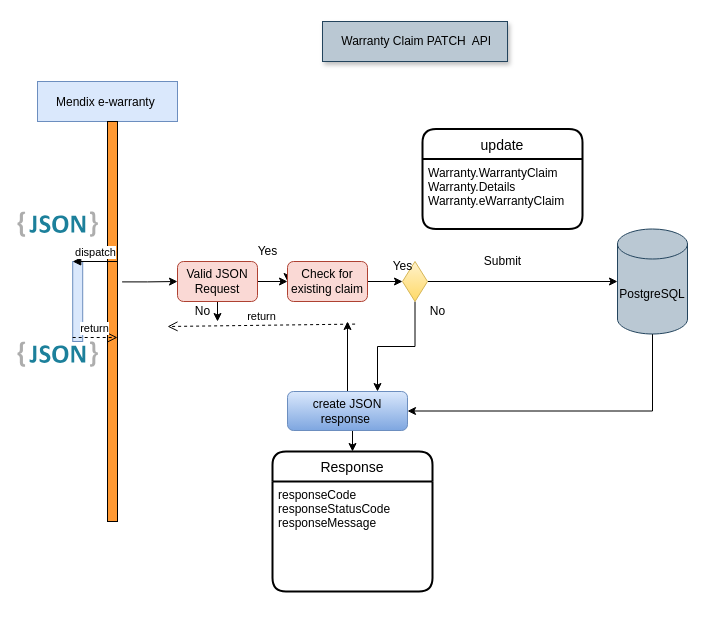
Before: Untitled Diagram.drawio in MrMetalAddict/Retail-Mon, a draw.io diagram. Source tidied: cells renumbered, new cells numbered last; positions are measured from the earlier drawing's top-left corner, leaving out a move shared by most shapes. Both pictures are drawn from the tidied source at 100%, with x=0, y=0 at pixel (17, 21).
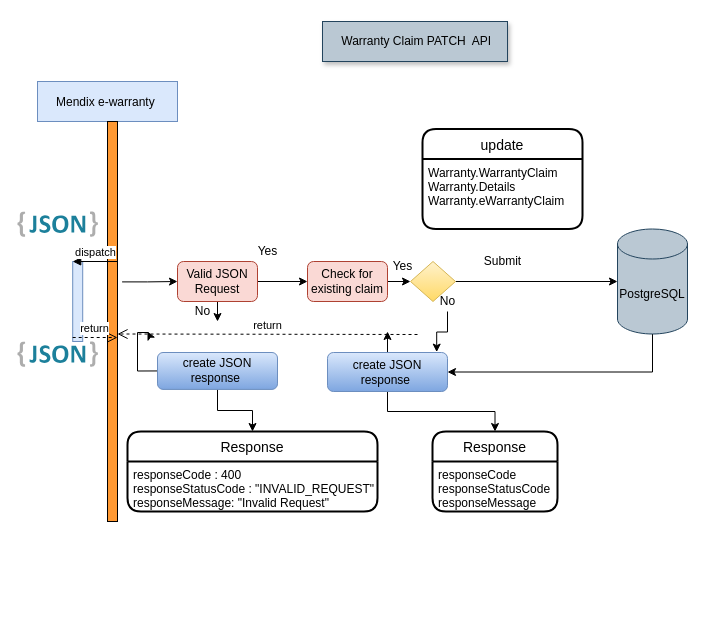
The same diagram, later.

Unchanged cells that the change refers to:
```xml
<mxCell id="39" value="Valid JSON Request" style="rounded=1;whiteSpace=wrap;html=1;fillColor=#fad9d5;strokeColor=#ae4132;" parent="1" vertex="1">
  <mxGeometry x="160" y="240" width="80" height="40" as="geometry" />
</mxCell>
```

Diff of the diagram source:
```diff
@@
-    <mxCell id="8" style="edgeStyle=orthogonalEdgeStyle;rounded=0;jettySize=auto;html=1;entryX=0;entryY=0.5;entryDx=0;entryDy=0;exitX=1.46;exitY=0.401;exitDx=0;exitDy=0;exitPerimeter=0;" parent="1" edge="1" source="39" target="15">
-      <mxGeometry relative="1" as="geometry" />
-    </mxCell>
@@
     <mxCell id="15" value="Check for existing claim" style="rounded=1;whiteSpace=wrap;html=1;fillColor=#fad9d5;strokeColor=#ae4132;" parent="1" vertex="1">
-      <mxGeometry x="270" y="240" width="80" height="40" as="geometry" />
+      <mxGeometry x="290" y="240" width="80" height="40" as="geometry" />
     </mxCell>
@@
-    <mxCell id="17" style="edgeStyle=orthogonalEdgeStyle;rounded=0;jettySize=auto;html=1;entryX=0.75;entryY=0;entryDx=0;entryDy=0;" parent="1" edge="1" source="18" target="31">
-      <mxGeometry relative="1" as="geometry" />
-    </mxCell>
     <mxCell id="18" style="rhombus;whiteSpace=wrap;html=1;gradientColor=#ffd966;fillColor=#fff2cc;strokeColor=#d6b656;" parent="1" vertex="1">
-      <mxGeometry x="385" y="240" width="25" height="40" as="geometry" />
+      <mxGeometry x="393" y="240" width="45" height="40" as="geometry" />
     </mxCell>
@@
-    <mxCell id="20" value="return" style="html=1;verticalAlign=bottom;endArrow=open;dashed=1;endSize=8;exitX=-0.08;exitY=0.88;exitDx=0;exitDy=0;exitPerimeter=0;" parent="1" edge="1">
+    <mxCell id="20" value="return" style="html=1;verticalAlign=bottom;endArrow=open;dashed=1;endSize=8;" parent="1" edge="1">
       <mxGeometry relative="1" as="geometry">
-        <mxPoint x="337.6" y="302.6" as="sourcePoint" />
-        <mxPoint x="150" y="305" as="targetPoint" />
+        <mxPoint x="400" y="313" as="sourcePoint" />
+        <mxPoint x="100" y="312.5" as="targetPoint" />
       </mxGeometry>
     </mxCell>
@@
     <mxCell id="22" value="Response" style="swimlane;horizontal=1;startSize=30;rounded=1;fontSize=14;fontStyle=0;strokeWidth=2;shadow=0;dashed=0;align=center;" parent="1" vertex="1">
-      <mxGeometry x="255" y="430" width="160" height="140" as="geometry" />
+      <mxGeometry x="415" y="410" width="125" height="80" as="geometry" />
     </mxCell>
     <mxCell id="23" value="responseCode&#10;responseStatusCode&#10;responseMessage" style="align=left;strokeColor=none;fillColor=none;spacingLeft=4;fontSize=12;verticalAlign=top;" parent="22" vertex="1">
-      <mxGeometry y="30" width="160" height="110" as="geometry" />
+      <mxGeometry y="30" width="125" height="50" as="geometry" />
     </mxCell>
@@
-    <mxCell id="30" style="edgeStyle=orthogonalEdgeStyle;rounded=0;jettySize=auto;html=1;" parent="1" edge="1" source="31">
-      <mxGeometry relative="1" as="geometry">
-        <mxPoint x="330" y="300" as="targetPoint" />
-      </mxGeometry>
-    </mxCell>
+    <mxCell id="44" style="edgeStyle=orthogonalEdgeStyle;rounded=0;jettySize=auto;html=1;exitX=0.5;exitY=0;exitDx=0;exitDy=0;" parent="1" edge="1" source="31">
+      <mxGeometry relative="1" as="geometry">
+        <mxPoint x="370" y="310" as="targetPoint" />
+      </mxGeometry>
+    </mxCell>
     <mxCell id="31" value="create JSON response&amp;nbsp;" style="rounded=1;whiteSpace=wrap;html=1;gradientColor=#7ea6e0;fillColor=#dae8fc;strokeColor=#6c8ebf;" parent="1" vertex="1">
-      <mxGeometry x="270" y="370" width="120" height="39" as="geometry" />
+      <mxGeometry x="310" y="331" width="120" height="39" as="geometry" />
     </mxCell>
@@
+    <mxCell id="45" style="edgeStyle=orthogonalEdgeStyle;rounded=0;jettySize=auto;html=1;entryX=0.91;entryY=-0.01;entryDx=0;entryDy=0;entryPerimeter=0;" parent="1" edge="1" source="41" target="31">
+      <mxGeometry relative="1" as="geometry" />
+    </mxCell>
     <mxCell id="41" value="No" style="text;html=1;align=center;verticalAlign=middle;points=[];" parent="1" vertex="1">
-      <mxGeometry x="405" y="280" width="30" height="20" as="geometry" />
+      <mxGeometry x="415" y="270" width="30" height="20" as="geometry" />
     </mxCell>
@@
+    <mxCell id="46" style="edgeStyle=orthogonalEdgeStyle;rounded=0;jettySize=auto;html=1;entryX=0.5;entryY=0;entryDx=0;entryDy=0;" parent="1" edge="1" source="48" target="49">
+      <mxGeometry relative="1" as="geometry" />
+    </mxCell>
+    <mxCell id="47" style="edgeStyle=orthogonalEdgeStyle;rounded=0;jettySize=auto;html=1;exitX=0;exitY=0.5;exitDx=0;exitDy=0;" parent="1" edge="1" source="48">
+      <mxGeometry relative="1" as="geometry">
+        <mxPoint x="130" y="310" as="targetPoint" />
+      </mxGeometry>
+    </mxCell>
+    <mxCell id="48" value="create JSON response&amp;nbsp;" style="rounded=1;whiteSpace=wrap;html=1;gradientColor=#7ea6e0;fillColor=#dae8fc;strokeColor=#6c8ebf;" parent="1" vertex="1">
+      <mxGeometry x="140" y="331" width="120" height="36.9" as="geometry" />
+    </mxCell>
+    <mxCell id="49" value="Response" style="swimlane;horizontal=1;startSize=30;rounded=1;fontSize=14;fontStyle=0;strokeWidth=2;shadow=0;dashed=0;align=center;" parent="1" vertex="1">
+      <mxGeometry x="110" y="410" width="250" height="80" as="geometry" />
+    </mxCell>
+    <mxCell id="50" value="responseCode : 400&#10;responseStatusCode : &quot;INVALID_REQUEST&quot;&#10;responseMessage: &quot;Invalid Request&quot;" style="align=left;strokeColor=none;fillColor=none;spacingLeft=4;fontSize=12;verticalAlign=top;" parent="49" vertex="1">
+      <mxGeometry y="30" width="250" height="50" as="geometry" />
+    </mxCell>
+    <mxCell id="51" style="edgeStyle=orthogonalEdgeStyle;rounded=0;orthogonalLoop=1;jettySize=auto;html=1;exitX=0.5;exitY=1;exitDx=0;exitDy=0;" parent="49" edge="1" source="50" target="50">
+      <mxGeometry relative="1" as="geometry" />
+    </mxCell>
+    <mxCell id="52" style="edgeStyle=orthogonalEdgeStyle;rounded=0;orthogonalLoop=1;jettySize=auto;html=1;exitX=0.5;exitY=1;exitDx=0;exitDy=0;" parent="49" edge="1" source="50" target="50">
+      <mxGeometry relative="1" as="geometry" />
+    </mxCell>
+    <mxCell id="53" style="edgeStyle=orthogonalEdgeStyle;rounded=0;orthogonalLoop=1;jettySize=auto;html=1;exitX=0.5;exitY=1;exitDx=0;exitDy=0;" parent="49" edge="1" source="50" target="50">
+      <mxGeometry relative="1" as="geometry" />
+    </mxCell>
+    <mxCell id="54" style="edgeStyle=orthogonalEdgeStyle;rounded=0;orthogonalLoop=1;jettySize=auto;html=1;exitX=0.5;exitY=1;exitDx=0;exitDy=0;" parent="49" edge="1" source="50" target="50">
+      <mxGeometry relative="1" as="geometry" />
+    </mxCell>
+    <mxCell id="55" style="edgeStyle=orthogonalEdgeStyle;rounded=0;orthogonalLoop=1;jettySize=auto;html=1;exitX=0.5;exitY=1;exitDx=0;exitDy=0;" parent="49" edge="1" source="50" target="50">
+      <mxGeometry relative="1" as="geometry" />
+    </mxCell>
```
